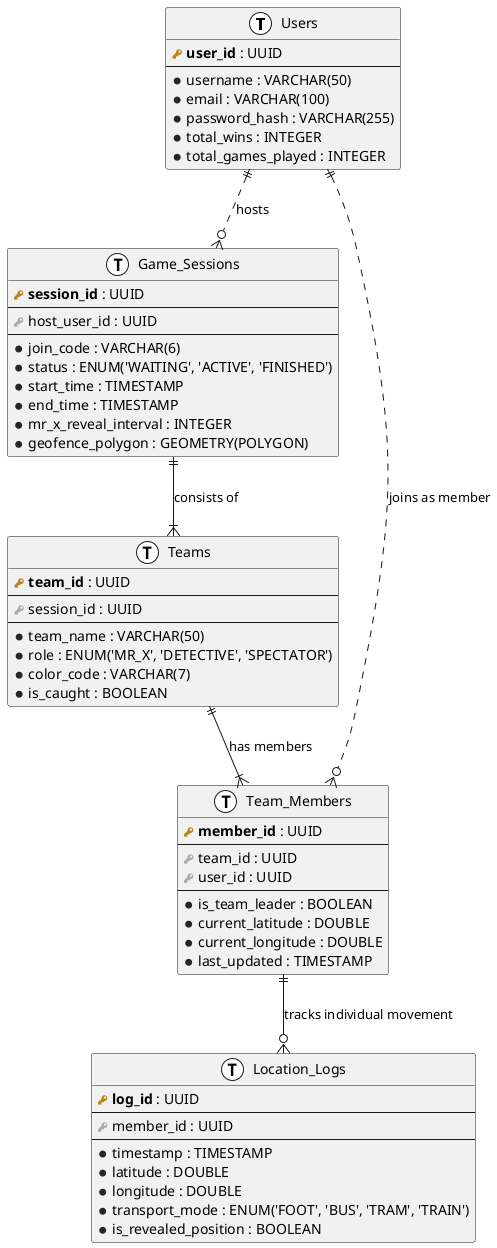
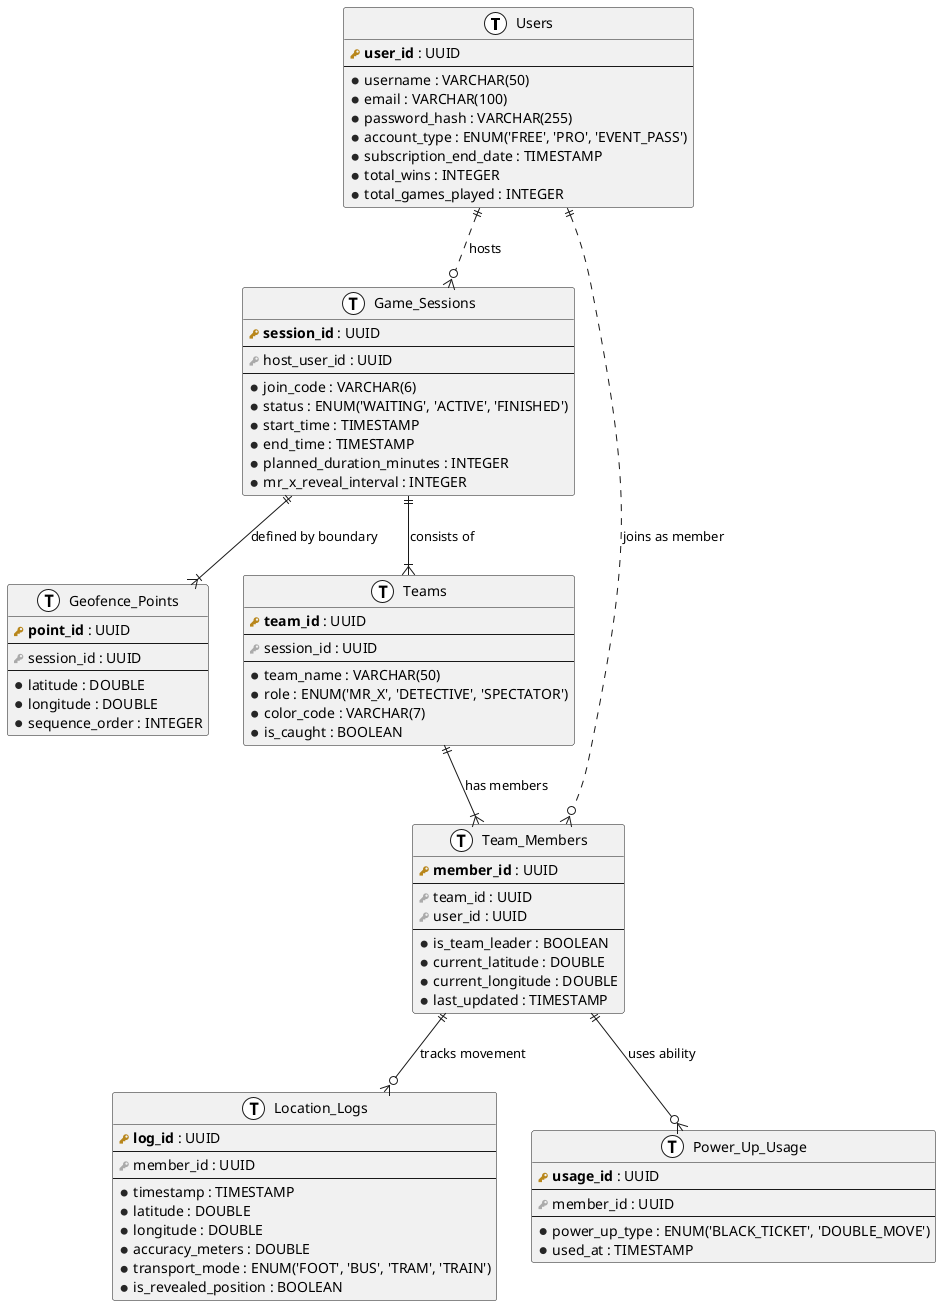
@startuml x-act-erd

!define primary_key(x) <b><color:#b8861b><&key></color> x</b>
!define foreign_key(x) <color:#aaaaaa><&key></color> x
!define column(x) <color:#262626><&media-record></color> x
!define table(x) entity x << (T, white) >>

table(Users) {
    primary_key(user_id) : UUID
    --
    column(username) : VARCHAR(50)
    column(email) : VARCHAR(100)
    column(password_hash) : VARCHAR(255)
+     column(account_type) : ENUM('FREE', 'PRO', 'EVENT_PASS')
+     column(subscription_end_date) : TIMESTAMP
    column(total_wins) : INTEGER
    column(total_games_played) : INTEGER
}

table(Game_Sessions) {
    primary_key(session_id) : UUID
    --
    foreign_key(host_user_id) : UUID
    --
    column(join_code) : VARCHAR(6)
    column(status) : ENUM('WAITING', 'ACTIVE', 'FINISHED')
    column(start_time) : TIMESTAMP
    column(end_time) : TIMESTAMP
+     column(planned_duration_minutes) : INTEGER
    column(mr_x_reveal_interval) : INTEGER
-     column(geofence_polygon) : GEOMETRY(POLYGON)
+ }
+ 
+ table(Geofence_Points) {
+     primary_key(point_id) : UUID
+     --
+     foreign_key(session_id) : UUID
+     --
+     column(latitude) : DOUBLE
+     column(longitude) : DOUBLE
+     column(sequence_order) : INTEGER
}

table(Teams) {
    primary_key(team_id) : UUID
    --
    foreign_key(session_id) : UUID
    --
    column(team_name) : VARCHAR(50)
    column(role) : ENUM('MR_X', 'DETECTIVE', 'SPECTATOR')
    column(color_code) : VARCHAR(7)
    column(is_caught) : BOOLEAN
}

table(Team_Members) {
    primary_key(member_id) : UUID
    --
    foreign_key(team_id) : UUID
    foreign_key(user_id) : UUID
    --
    column(is_team_leader) : BOOLEAN
    column(current_latitude) : DOUBLE
    column(current_longitude) : DOUBLE
    column(last_updated) : TIMESTAMP
}

table(Location_Logs) {
    primary_key(log_id) : UUID
    --
    foreign_key(member_id) : UUID
    --
    column(timestamp) : TIMESTAMP
    column(latitude) : DOUBLE
    column(longitude) : DOUBLE
+     column(accuracy_meters) : DOUBLE
    column(transport_mode) : ENUM('FOOT', 'BUS', 'TRAM', 'TRAIN')
    column(is_revealed_position) : BOOLEAN
+ }
+ 
+ table(Power_Up_Usage) {
+     primary_key(usage_id) : UUID
+     --
+     foreign_key(member_id) : UUID
+     --
+     column(power_up_type) : ENUM('BLACK_TICKET', 'DOUBLE_MOVE')
+     column(used_at) : TIMESTAMP
}

Users ||..o{ Team_Members : "joins as member"
Users ||..o{ Game_Sessions : "hosts"

Game_Sessions ||--|{ Teams : "consists of"
+ Game_Sessions ||--|{ Geofence_Points : "defined by boundary"

Teams ||--|{ Team_Members : "has members"

- Team_Members ||--o{ Location_Logs : "tracks individual movement"
+ Team_Members ||--o{ Location_Logs : "tracks movement"
+ Team_Members ||--o{ Power_Up_Usage : "uses ability"

- @enduml+ @enduml
